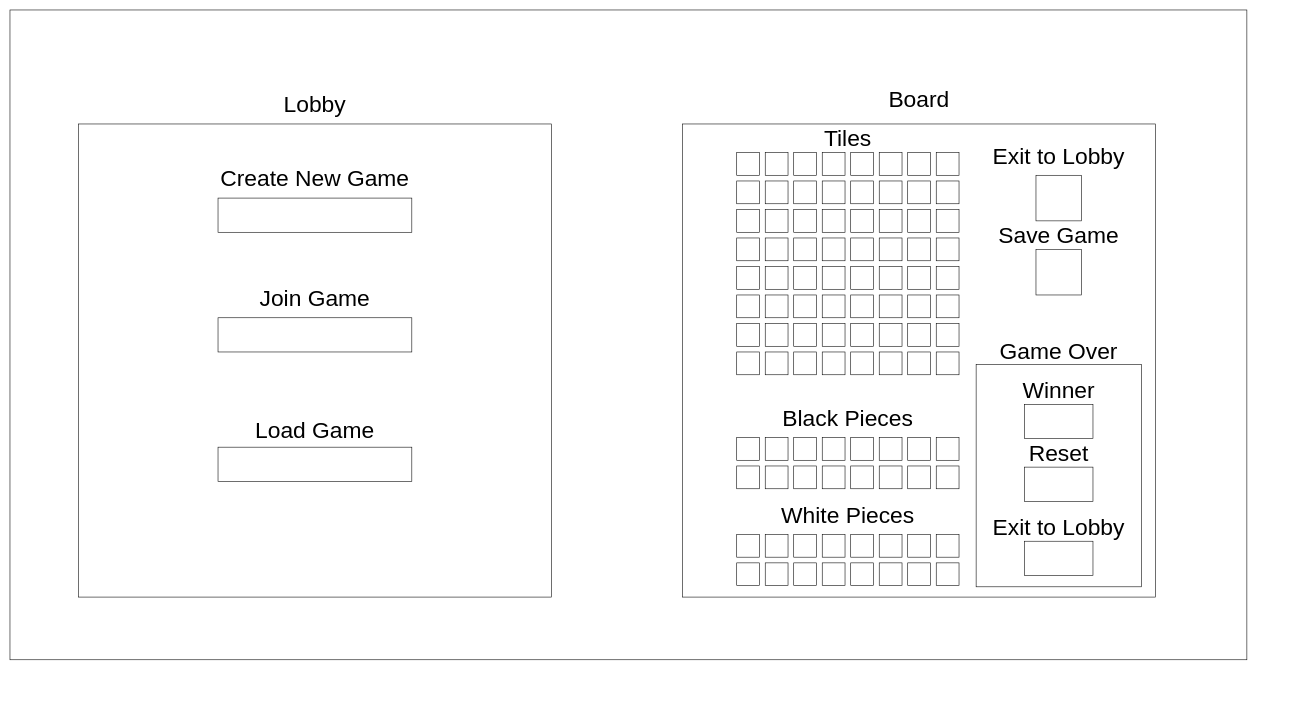
gpk96gpk/chess keeps this draw.io diagram as Untitled Diagram.drawio. Above is the earlier version. Source tidied: cells renumbered, new cells numbered last; positions are measured from the earlier drawing's top-left corner, leaving out a move shared by most shapes. Both pictures are drawn from the tidied source at 57%, with x=0, y=0 at pixel (10, 10).
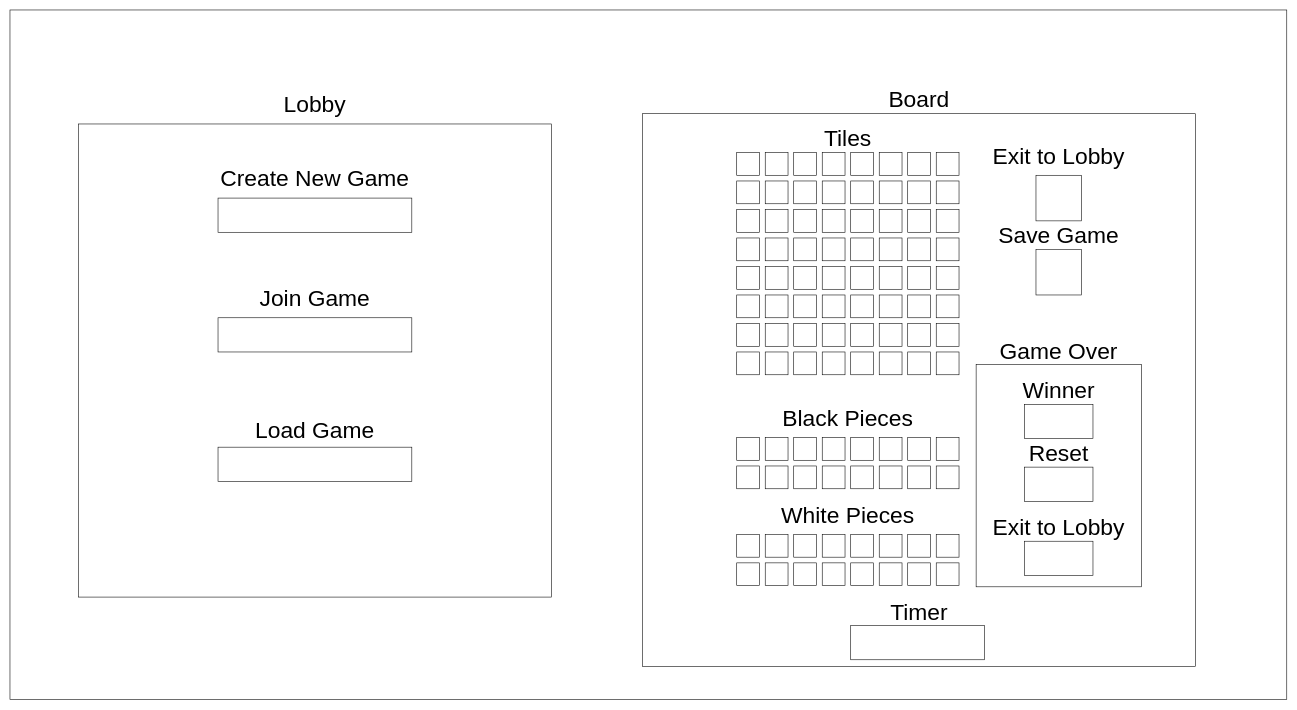
The same page after the edit.

The edit, as a diff of the source:
```diff
@@
     <mxCell id="2" style="rounded=0;whiteSpace=wrap;html=1;" parent="1" vertex="1">
-      <mxGeometry width="2170" height="1140" as="geometry" />
+      <mxGeometry width="2240" height="1210" as="geometry" />
     </mxCell>
     <mxCell id="3" style="whiteSpace=wrap;html=1;" parent="1" vertex="1">
-      <mxGeometry x="1180" y="200" width="830" height="830" as="geometry" />
+      <mxGeometry x="1110" y="182" width="970" height="970" as="geometry" />
     </mxCell>
@@
+    <mxCell id="124" value="Timer" style="text;html=1;strokeColor=none;fillColor=none;align=center;verticalAlign=middle;whiteSpace=wrap;rounded=0;fontSize=40;" parent="1" vertex="1">
+      <mxGeometry x="1460" y="1010" width="270" height="90" as="geometry" />
+    </mxCell>
+    <mxCell id="125" style="rounded=0;whiteSpace=wrap;html=1;" parent="1" vertex="1">
+      <mxGeometry x="1475" y="1080" width="235" height="60" as="geometry" />
+    </mxCell>
```
